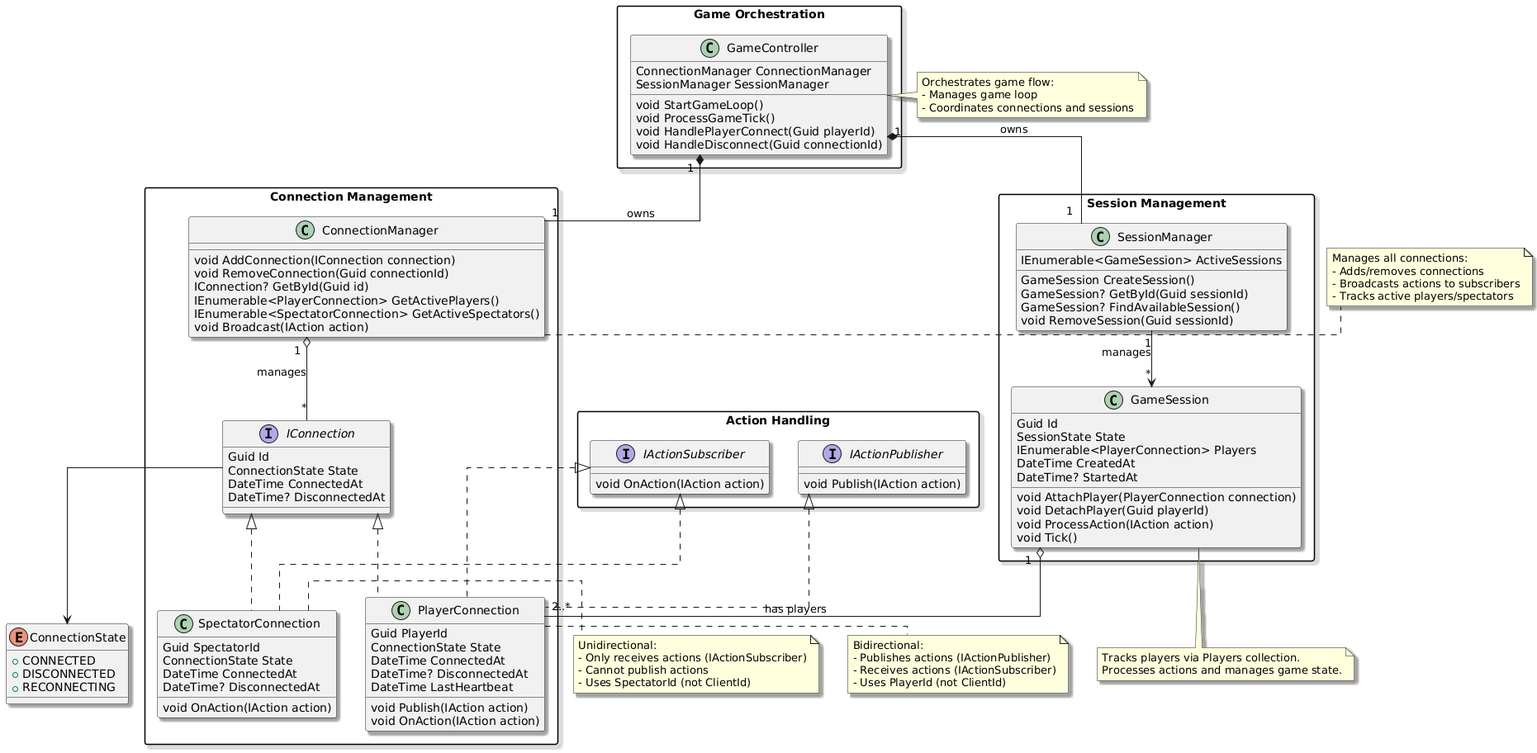
Earlier version of the PlantUML export diagrams/3.1.1.3-class-network-diagram.png (aleksandr-papajanov/maze-runner).
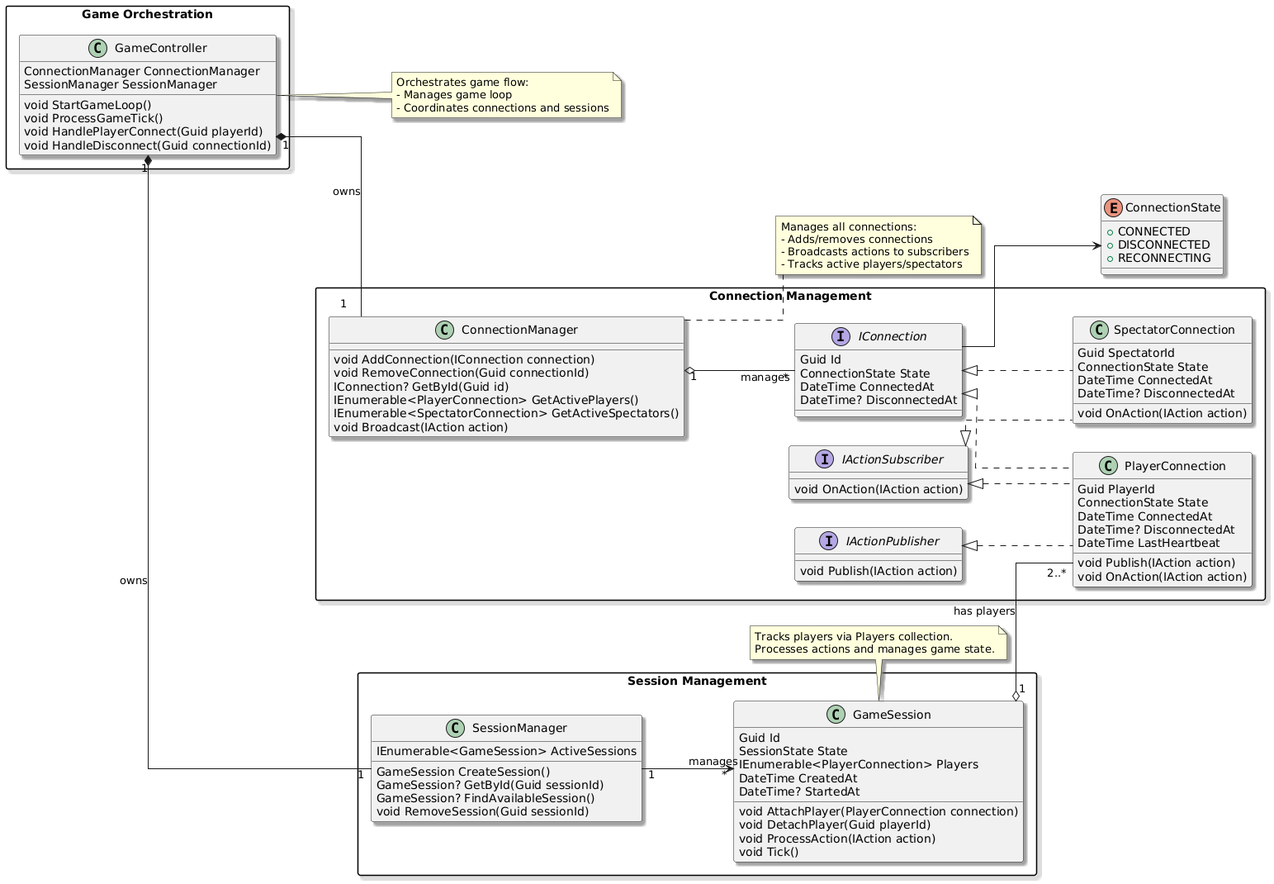
Later version of the same file.

Commit message:
Fix diagram layout

Diff of the diagram source:
```diff
@@ -3,96 +3,120 @@
 skinparam shadowing true
 skinparam linetype ortho
 skinparam defaultFontName Arial
+left to right direction
 
-enum ConnectionState {
-    + CONNECTED
-    + DISCONNECTED
-    + RECONNECTING
+together {
+    package "Game Orchestration" {
+        class GameController {
+            ConnectionManager ConnectionManager
+            SessionManager SessionManager
+
+            void StartGameLoop()
+            void ProcessGameTick()
+            void HandlePlayerConnect(Guid playerId)
+            void HandleDisconnect(Guid connectionId)
+        }
+    }
+
+    note right of GameController
+      Orchestrates game flow:
+      - Manages game loop
+      - Coordinates connections and sessions
+    end note
 }
 
-package "Action Handling" {
-    interface IActionPublisher {
-        void Publish(IAction action)
+together {
+    enum ConnectionState {
+        + CONNECTED
+        + DISCONNECTED
+        + RECONNECTING
     }
 
-    interface IActionSubscriber {
-        void OnAction(IAction action)
+    package "Connection Management" {
+        interface IActionPublisher {
+            void Publish(IAction action)
+        }
+
+        interface IActionSubscriber {
+            void OnAction(IAction action)
+        }
+
+        interface IConnection {
+            Guid Id
+            ConnectionState State
+            DateTime ConnectedAt
+            DateTime? DisconnectedAt
+        }
+
+        class PlayerConnection {
+            Guid PlayerId
+            ConnectionState State
+            DateTime ConnectedAt
+            DateTime? DisconnectedAt
+            DateTime LastHeartbeat
+
+            void Publish(IAction action)
+            void OnAction(IAction action)
+        }
+
+        class SpectatorConnection {
+            Guid SpectatorId
+            ConnectionState State
+            DateTime ConnectedAt
+            DateTime? DisconnectedAt
+
+            void OnAction(IAction action)
+        }
+
+        class ConnectionManager {
+            void AddConnection(IConnection connection)
+            void RemoveConnection(Guid connectionId)
+            IConnection? GetById(Guid id)
+            IEnumerable<PlayerConnection> GetActivePlayers()
+            IEnumerable<SpectatorConnection> GetActiveSpectators()
+            void Broadcast(IAction action)
+        }
     }
+
+    note right of ConnectionManager
+      Manages all connections:
+      - Adds/removes connections
+      - Broadcasts actions to subscribers
+      - Tracks active players/spectators
+    end note
 }
 
-package "Connection Management" {
-    interface IConnection {
-        Guid Id
-        ConnectionState State
-        DateTime ConnectedAt
-        DateTime? DisconnectedAt
+together {
+    package "Session Management" {
+        class GameSession {
+            Guid Id
+            SessionState State
+            IEnumerable<PlayerConnection> Players
+            DateTime CreatedAt
+            DateTime? StartedAt
+
+            void AttachPlayer(PlayerConnection connection)
+            void DetachPlayer(Guid playerId)
+            void ProcessAction(IAction action)
+            void Tick()
+        }
+
+        class SessionManager {
+            IEnumerable<GameSession> ActiveSessions
+
+            GameSession CreateSession()
+            GameSession? GetById(Guid sessionId)
+            GameSession? FindAvailableSession()
+            void RemoveSession(Guid sessionId)
+        }
     }
 
-    class PlayerConnection {
-        Guid PlayerId
-        ConnectionState State
-        DateTime ConnectedAt
-        DateTime? DisconnectedAt
-        DateTime LastHeartbeat
-
-        void Publish(IAction action)
-        void OnAction(IAction action)
-    }
-
-    class SpectatorConnection {
-        Guid SpectatorId
-        ConnectionState State
-        DateTime ConnectedAt
-        DateTime? DisconnectedAt
-
-        void OnAction(IAction action)
-    }
-
-    class ConnectionManager {
-        void AddConnection(IConnection connection)
-        void RemoveConnection(Guid connectionId)
-        IConnection? GetById(Guid id)
-        IEnumerable<PlayerConnection> GetActivePlayers()
-        IEnumerable<SpectatorConnection> GetActiveSpectators()
-        void Broadcast(IAction action)
-    }
+    note bottom of GameSession
+      Tracks players via Players collection.
+      Processes actions and manages game state.
+    end note
 }
 
-package "Session Management" {
-    class GameSession {
-        Guid Id
-        SessionState State
-        IEnumerable<PlayerConnection> Players
-        DateTime CreatedAt
-        DateTime? StartedAt
-
-        void AttachPlayer(PlayerConnection connection)
-        void DetachPlayer(Guid playerId)
-        void ProcessAction(IAction action)
-        void Tick()
-    }
-
-    class SessionManager {
-        IEnumerable<GameSession> ActiveSessions
-
-        GameSession CreateSession()
-        GameSession? GetById(Guid sessionId)
-        GameSession? FindAvailableSession()
-        void RemoveSession(Guid sessionId)
-    }
-}
-
-package "Game Orchestration" {
-    class GameController {
-        ConnectionManager ConnectionManager
-        SessionManager SessionManager
-
-        void StartGameLoop()
-        void ProcessGameTick()
-        void HandlePlayerConnect(Guid playerId)
-        void HandleDisconnect(Guid connectionId)
-    }
-}
 
 IConnection <|.. PlayerConnection
 IConnection <|.. SpectatorConnection
@@ -108,36 +132,4 @@
 GameSession "1" o-- "2..*" PlayerConnection : has players
 
 IConnection --> ConnectionState
-
-note right of GameController
-  Orchestrates game flow:
-  - Manages game loop
-  - Coordinates connections and sessions
-end note
-
-note right of ConnectionManager
-  Manages all connections:
-  - Adds/removes connections
-  - Broadcasts actions to subscribers
-  - Tracks active players/spectators
-end note
-
-note right of PlayerConnection
-  Bidirectional:
-  - Publishes actions (IActionPublisher)
-  - Receives actions (IActionSubscriber)
-  - Uses PlayerId (not ClientId)
-end note
-
-note right of SpectatorConnection
-  Unidirectional:
-  - Only receives actions (IActionSubscriber)
-  - Cannot publish actions
-  - Uses SpectatorId (not ClientId)
-end note
-
-note bottom of GameSession
-  Tracks players via Players collection.
-  Processes actions and manages game state.
-end note
 @enduml
```
